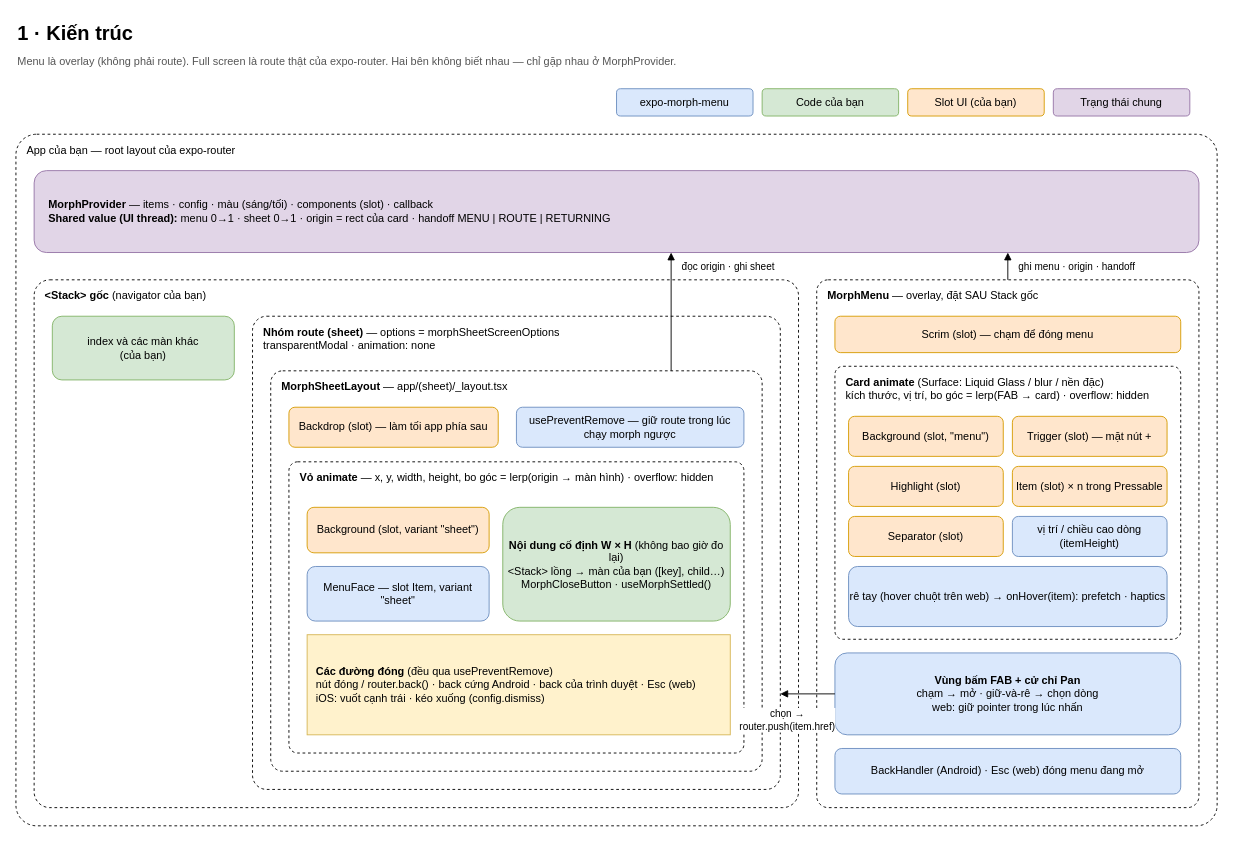
Earlier version of the draw.io diagram page "1 · Kiến trúc" (1 of 7) of docs/diagrams/expo-morph-menu.vi.drawio (anhtuank7c/expo-morph-menu). Source tidied: cells renumbered, new cells numbered last; positions are measured from the earlier drawing's top-left corner, leaving out a move shared by most shapes. Both pictures are drawn from the tidied source at 91%, with x=0, y=0 at pixel (15, 15).
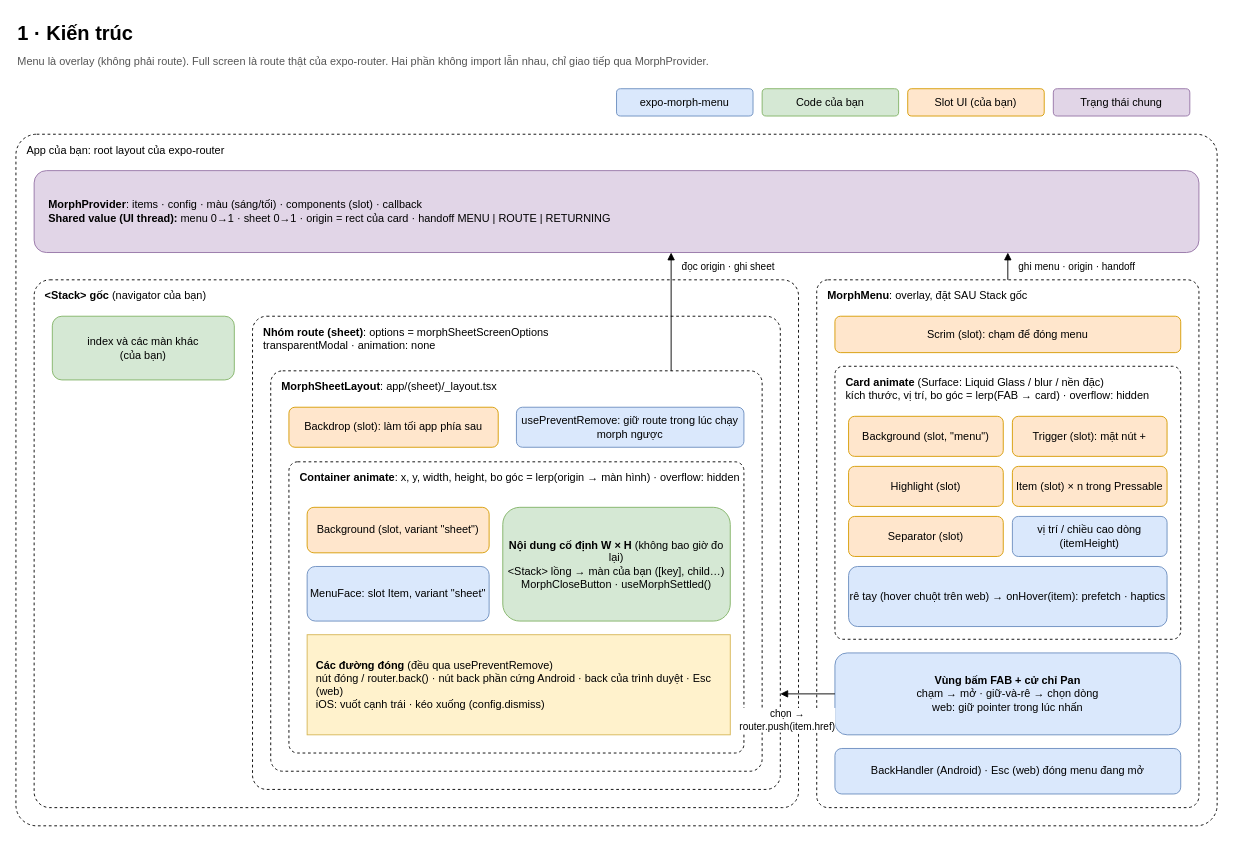
The same page after the edit.

Change to the diagram source:
```diff
@@
-    <mxCell id="3" value="Menu là overlay (không phải route). Full screen là route thật của expo-router. Hai bên không biết nhau — chỉ gặp nhau ở MorphProvider." style="text;html=1;fontSize=12;fontColor=#555555;align=left;verticalAlign=top;whiteSpace=wrap;" parent="1" vertex="1">
+    <mxCell id="3" value="Menu là overlay (không phải route). Full screen là route thật của expo-router. Hai phần không import lẫn nhau, chỉ giao tiếp qua MorphProvider." style="text;html=1;fontSize=12;fontColor=#555555;align=left;verticalAlign=top;whiteSpace=wrap;" parent="1" vertex="1">
       <mxGeometry y="36" width="1000" height="40" as="geometry" />
     </mxCell>
@@
-    <mxCell id="8" value="App của bạn — root layout của expo-router" style="rounded=1;whiteSpace=wrap;html=1;fillColor=none;dashed=1;verticalAlign=top;align=left;spacingLeft=10;spacingTop=4;arcSize=3;" parent="1" vertex="1">
+    <mxCell id="8" value="App của bạn: root layout của expo-router" style="rounded=1;whiteSpace=wrap;html=1;fillColor=none;dashed=1;verticalAlign=top;align=left;spacingLeft=10;spacingTop=4;arcSize=3;" parent="1" vertex="1">
       <mxGeometry y="130" width="1320" height="760" as="geometry" />
     </mxCell>
-    <mxCell id="9" value="&lt;b&gt;MorphProvider&lt;/b&gt; — items · config · màu (sáng/tối) · components (slot) · callback&lt;br&gt;&lt;b&gt;Shared value (UI thread):&lt;/b&gt; menu 0→1 · sheet 0→1 · origin = rect của card · handoff MENU | ROUTE | RETURNING" style="rounded=1;whiteSpace=wrap;html=1;fillColor=#e1d5e7;strokeColor=#9673a6;align=left;spacingLeft=14;" parent="1" vertex="1">
+    <mxCell id="9" value="&lt;b&gt;MorphProvider&lt;/b&gt;: items · config · màu (sáng/tối) · components (slot) · callback&lt;br&gt;&lt;b&gt;Shared value (UI thread):&lt;/b&gt; menu 0→1 · sheet 0→1 · origin = rect của card · handoff MENU | ROUTE | RETURNING" style="rounded=1;whiteSpace=wrap;html=1;fillColor=#e1d5e7;strokeColor=#9673a6;align=left;spacingLeft=14;" parent="1" vertex="1">
       <mxGeometry x="20" y="170" width="1280" height="90" as="geometry" />
     </mxCell>
@@
-    <mxCell id="12" value="&lt;b&gt;Nhóm route (sheet)&lt;/b&gt; — options = morphSheetScreenOptions&lt;br&gt;transparentModal · animation: none" style="rounded=1;whiteSpace=wrap;html=1;fillColor=none;dashed=1;verticalAlign=top;align=left;spacingLeft=10;spacingTop=4;arcSize=3;" parent="1" vertex="1">
+    <mxCell id="12" value="&lt;b&gt;Nhóm route (sheet)&lt;/b&gt;: options = morphSheetScreenOptions&lt;br&gt;transparentModal · animation: none" style="rounded=1;whiteSpace=wrap;html=1;fillColor=none;dashed=1;verticalAlign=top;align=left;spacingLeft=10;spacingTop=4;arcSize=3;" parent="1" vertex="1">
       <mxGeometry x="260" y="330" width="580" height="520" as="geometry" />
     </mxCell>
-    <mxCell id="13" value="&lt;b&gt;MorphSheetLayout&lt;/b&gt; — app/(sheet)/_layout.tsx" style="rounded=1;whiteSpace=wrap;html=1;fillColor=none;dashed=1;verticalAlign=top;align=left;spacingLeft=10;spacingTop=4;arcSize=3;" parent="1" vertex="1">
+    <mxCell id="13" value="&lt;b&gt;MorphSheetLayout&lt;/b&gt;: app/(sheet)/_layout.tsx" style="rounded=1;whiteSpace=wrap;html=1;fillColor=none;dashed=1;verticalAlign=top;align=left;spacingLeft=10;spacingTop=4;arcSize=3;" parent="1" vertex="1">
       <mxGeometry x="280" y="390" width="540" height="440" as="geometry" />
     </mxCell>
-    <mxCell id="14" value="Backdrop (slot) — làm tối app phía sau" style="rounded=1;whiteSpace=wrap;html=1;fillColor=#ffe6cc;strokeColor=#d79b00;" parent="1" vertex="1">
+    <mxCell id="14" value="Backdrop (slot): làm tối app phía sau" style="rounded=1;whiteSpace=wrap;html=1;fillColor=#ffe6cc;strokeColor=#d79b00;" parent="1" vertex="1">
       <mxGeometry x="300" y="430" width="230" height="44" as="geometry" />
     </mxCell>
-    <mxCell id="15" value="usePreventRemove — giữ route trong lúc chạy morph ngược" style="rounded=1;whiteSpace=wrap;html=1;fillColor=#dae8fc;strokeColor=#6c8ebf;" parent="1" vertex="1">
+    <mxCell id="15" value="usePreventRemove: giữ route trong lúc chạy morph ngược" style="rounded=1;whiteSpace=wrap;html=1;fillColor=#dae8fc;strokeColor=#6c8ebf;" parent="1" vertex="1">
       <mxGeometry x="550" y="430" width="250" height="44" as="geometry" />
     </mxCell>
-    <mxCell id="16" value="&lt;b&gt;Vỏ animate&lt;/b&gt; — x, y, width, height, bo góc = lerp(origin → màn hình) · overflow: hidden" style="rounded=1;whiteSpace=wrap;html=1;fillColor=none;dashed=1;verticalAlign=top;align=left;spacingLeft=10;spacingTop=4;arcSize=3;" parent="1" vertex="1">
+    <mxCell id="16" value="&lt;b&gt;Container animate&lt;/b&gt;: x, y, width, height, bo góc = lerp(origin → màn hình) · overflow: hidden" style="rounded=1;whiteSpace=wrap;html=1;fillColor=none;dashed=1;verticalAlign=top;align=left;spacingLeft=10;spacingTop=4;arcSize=3;" parent="1" vertex="1">
       <mxGeometry x="300" y="490" width="500" height="320" as="geometry" />
     </mxCell>
@@
-    <mxCell id="18" value="MenuFace — slot Item, variant &quot;sheet&quot;" style="rounded=1;whiteSpace=wrap;html=1;fillColor=#dae8fc;strokeColor=#6c8ebf;" parent="1" vertex="1">
+    <mxCell id="18" value="MenuFace: slot Item, variant &quot;sheet&quot;" style="rounded=1;whiteSpace=wrap;html=1;fillColor=#dae8fc;strokeColor=#6c8ebf;" parent="1" vertex="1">
       <mxGeometry x="320" y="605" width="200" height="60" as="geometry" />
     </mxCell>
@@
-    <mxCell id="20" value="&lt;b&gt;Các đường đóng&lt;/b&gt; (đều qua usePreventRemove)&lt;br&gt;nút đóng / router.back() · back cứng Android · back của trình duyệt · Esc (web)&lt;br&gt;iOS: vuốt cạnh trái · kéo xuống (config.dismiss)" style="rounded=0;whiteSpace=wrap;html=1;fillColor=#fff2cc;strokeColor=#d6b656;align=left;spacingLeft=8;spacingRight=8;" parent="1" vertex="1">
+    <mxCell id="20" value="&lt;b&gt;Các đường đóng&lt;/b&gt; (đều qua usePreventRemove)&lt;br&gt;nút đóng / router.back() · nút back phần cứng Android · back của trình duyệt · Esc (web)&lt;br&gt;iOS: vuốt cạnh trái · kéo xuống (config.dismiss)" style="rounded=0;whiteSpace=wrap;html=1;fillColor=#fff2cc;strokeColor=#d6b656;align=left;spacingLeft=8;spacingRight=8;" parent="1" vertex="1">
       <mxGeometry x="320" y="680" width="465" height="110" as="geometry" />
     </mxCell>
-    <mxCell id="21" value="&lt;b&gt;MorphMenu&lt;/b&gt; — overlay, đặt SAU Stack gốc" style="rounded=1;whiteSpace=wrap;html=1;fillColor=none;dashed=1;verticalAlign=top;align=left;spacingLeft=10;spacingTop=4;arcSize=3;" parent="1" vertex="1">
+    <mxCell id="21" value="&lt;b&gt;MorphMenu&lt;/b&gt;: overlay, đặt SAU Stack gốc" style="rounded=1;whiteSpace=wrap;html=1;fillColor=none;dashed=1;verticalAlign=top;align=left;spacingLeft=10;spacingTop=4;arcSize=3;" parent="1" vertex="1">
       <mxGeometry x="880" y="290" width="420" height="580" as="geometry" />
     </mxCell>
-    <mxCell id="22" value="Scrim (slot) — chạm để đóng menu" style="rounded=1;whiteSpace=wrap;html=1;fillColor=#ffe6cc;strokeColor=#d79b00;" parent="1" vertex="1">
+    <mxCell id="22" value="Scrim (slot): chạm để đóng menu" style="rounded=1;whiteSpace=wrap;html=1;fillColor=#ffe6cc;strokeColor=#d79b00;" parent="1" vertex="1">
       <mxGeometry x="900" y="330" width="380" height="40" as="geometry" />
     </mxCell>
@@
-    <mxCell id="25" value="Trigger (slot) — mặt nút +" style="rounded=1;whiteSpace=wrap;html=1;fillColor=#ffe6cc;strokeColor=#d79b00;" parent="1" vertex="1">
+    <mxCell id="25" value="Trigger (slot): mặt nút +" style="rounded=1;whiteSpace=wrap;html=1;fillColor=#ffe6cc;strokeColor=#d79b00;" parent="1" vertex="1">
       <mxGeometry x="1095" y="440" width="170" height="44" as="geometry" />
     </mxCell>
```
